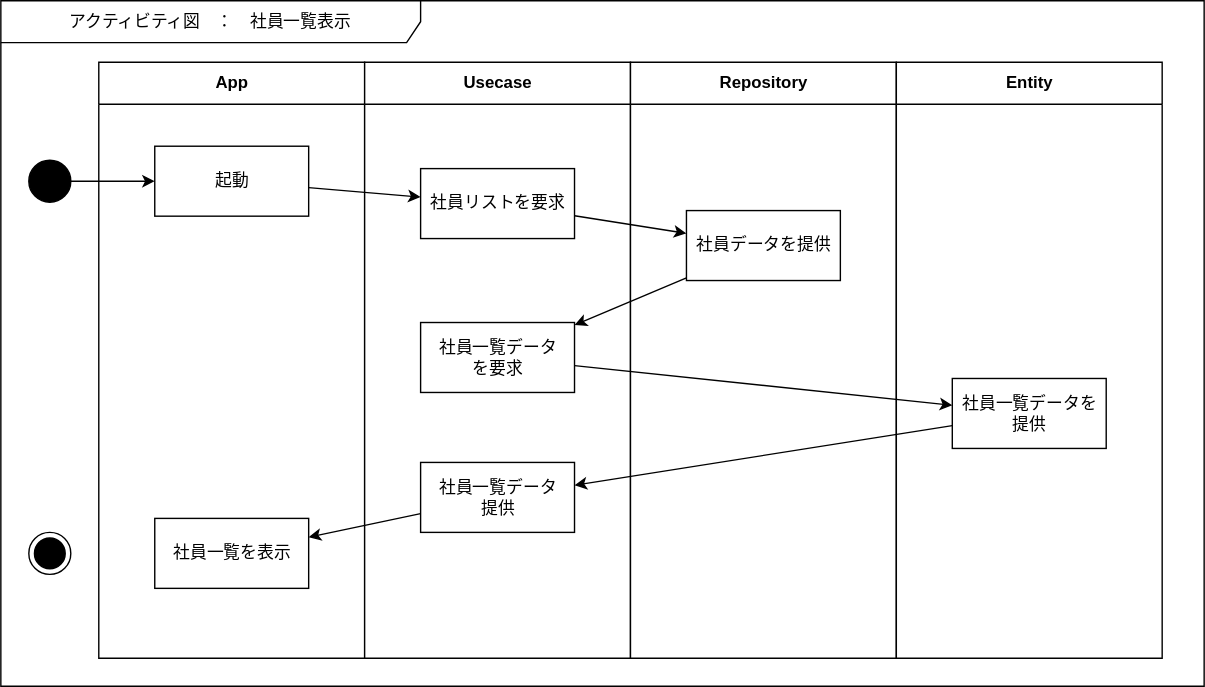
The draw.io diagram Designs/アクティビティ/社員一覧表示.svg in bosssanovar/LightMvvmSample, before a commit. Source tidied: cells renumbered, new cells last; positions are measured from the earlier drawing's top-left corner, leaving out a move shared by most shapes. The source it was exported from:
```xml
<mxGraphModel>
  <root>
    <mxCell id="0" />
    <mxCell id="1" parent="0" />
    <mxCell id="2" value="アクティビティ図　：　社員一覧表示" style="shape=umlFrame;whiteSpace=wrap;html=1;swimlaneFillColor=#FFFFFF;width=300;height=30;" parent="1" vertex="1">
      <mxGeometry width="860" height="490" as="geometry" />
    </mxCell>
    <mxCell id="3" value="App" style="swimlane;fontStyle=1;align=center;horizontal=1;startSize=30;html=1;swimlaneFillColor=#FFFFFF;" parent="1" vertex="1">
      <mxGeometry x="70" y="44" width="190" height="426" as="geometry" />
    </mxCell>
    <mxCell id="4" value="起動" style="html=1;" parent="3" vertex="1">
      <mxGeometry x="40" y="60" width="110" height="50" as="geometry" />
    </mxCell>
    <mxCell id="5" value="社員一覧を表示" style="html=1;" parent="3" vertex="1">
      <mxGeometry x="40" y="326" width="110" height="50" as="geometry" />
    </mxCell>
    <mxCell id="6" value="Usecase" style="swimlane;fontStyle=1;align=center;horizontal=1;startSize=30;html=1;swimlaneFillColor=#FFFFFF;" parent="1" vertex="1">
      <mxGeometry x="260" y="44" width="190" height="426" as="geometry" />
    </mxCell>
    <mxCell id="7" value="社員リストを要求" style="html=1;" parent="6" vertex="1">
      <mxGeometry x="40" y="76" width="110" height="50" as="geometry" />
    </mxCell>
    <mxCell id="8" value="社員一覧データ&lt;br&gt;提供" style="html=1;" parent="6" vertex="1">
      <mxGeometry x="40" y="286" width="110" height="50" as="geometry" />
    </mxCell>
    <mxCell id="9" value="社員一覧データ&lt;br&gt;を要求" style="html=1;" parent="6" vertex="1">
      <mxGeometry x="40" y="186" width="110" height="50" as="geometry" />
    </mxCell>
    <mxCell id="10" value="Repository" style="swimlane;fontStyle=1;align=center;horizontal=1;startSize=30;html=1;swimlaneFillColor=#FFFFFF;" parent="1" vertex="1">
      <mxGeometry x="450" y="44" width="190" height="426" as="geometry" />
    </mxCell>
    <mxCell id="11" value="社員データを提供" style="html=1;" parent="10" vertex="1">
      <mxGeometry x="40" y="106" width="110" height="50" as="geometry" />
    </mxCell>
    <mxCell id="12" value="Entity" style="swimlane;fontStyle=1;align=center;horizontal=1;startSize=30;html=1;swimlaneFillColor=#FFFFFF;" parent="1" vertex="1">
      <mxGeometry x="640" y="44" width="190" height="426" as="geometry" />
    </mxCell>
    <mxCell id="13" value="社員一覧データを&lt;br&gt;提供" style="html=1;" parent="12" vertex="1">
      <mxGeometry x="40" y="226" width="110" height="50" as="geometry" />
    </mxCell>
    <mxCell id="14" style="edgeStyle=none;html=1;" parent="1" edge="1" source="15" target="4">
      <mxGeometry relative="1" as="geometry" />
    </mxCell>
    <mxCell id="15" style="ellipse;fillColor=strokeColor;" parent="1" vertex="1">
      <mxGeometry x="20" y="114" width="30" height="30" as="geometry" />
    </mxCell>
    <mxCell id="16" style="ellipse;html=1;shape=endState;fillColor=strokeColor;" parent="1" vertex="1">
      <mxGeometry x="20" y="380" width="30" height="30" as="geometry" />
    </mxCell>
    <mxCell id="17" style="edgeStyle=none;html=1;" parent="1" edge="1" source="4" target="7">
      <mxGeometry relative="1" as="geometry" />
    </mxCell>
    <mxCell id="18" style="edgeStyle=none;html=1;" parent="1" edge="1" source="7" target="11">
      <mxGeometry relative="1" as="geometry" />
    </mxCell>
    <mxCell id="19" style="edgeStyle=none;html=1;" parent="1" edge="1" source="11" target="9">
      <mxGeometry relative="1" as="geometry" />
    </mxCell>
    <mxCell id="20" style="edgeStyle=none;html=1;" parent="1" edge="1" source="9" target="13">
      <mxGeometry relative="1" as="geometry" />
    </mxCell>
    <mxCell id="21" style="edgeStyle=none;html=1;" parent="1" edge="1" source="13" target="8">
      <mxGeometry relative="1" as="geometry" />
    </mxCell>
    <mxCell id="22" style="edgeStyle=none;html=1;" parent="1" edge="1" source="8" target="5">
      <mxGeometry relative="1" as="geometry" />
    </mxCell>
  </root>
</mxGraphModel>
```
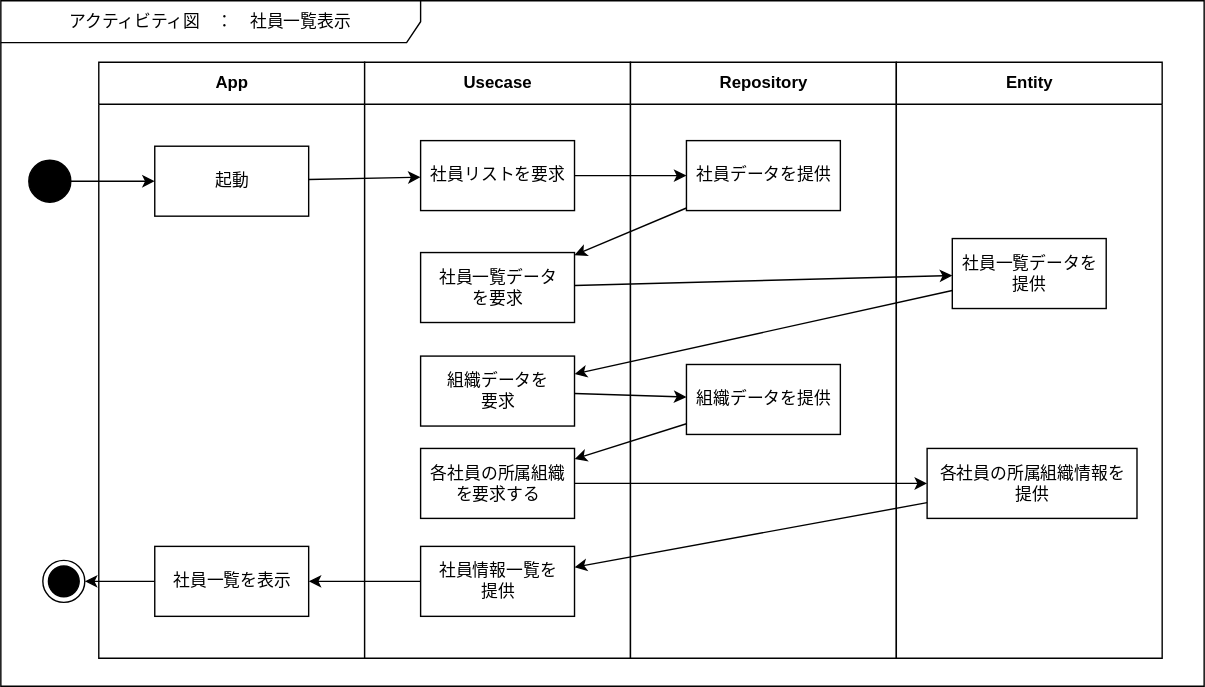
After the commit.

What changed in the source:
```diff
@@ -12,32 +12,44 @@
       <mxGeometry x="40" y="60" width="110" height="50" as="geometry" />
     </mxCell>
     <mxCell id="5" value="社員一覧を表示" style="html=1;" parent="3" vertex="1">
-      <mxGeometry x="40" y="326" width="110" height="50" as="geometry" />
+      <mxGeometry x="40" y="346" width="110" height="50" as="geometry" />
     </mxCell>
     <mxCell id="6" value="Usecase" style="swimlane;fontStyle=1;align=center;horizontal=1;startSize=30;html=1;swimlaneFillColor=#FFFFFF;" parent="1" vertex="1">
       <mxGeometry x="260" y="44" width="190" height="426" as="geometry" />
     </mxCell>
     <mxCell id="7" value="社員リストを要求" style="html=1;" parent="6" vertex="1">
-      <mxGeometry x="40" y="76" width="110" height="50" as="geometry" />
+      <mxGeometry x="40" y="56" width="110" height="50" as="geometry" />
     </mxCell>
-    <mxCell id="8" value="社員一覧データ&lt;br&gt;提供" style="html=1;" parent="6" vertex="1">
-      <mxGeometry x="40" y="286" width="110" height="50" as="geometry" />
+    <mxCell id="8" value="組織データを&lt;br&gt;要求" style="html=1;" parent="6" vertex="1">
+      <mxGeometry x="40" y="210" width="110" height="50" as="geometry" />
     </mxCell>
     <mxCell id="9" value="社員一覧データ&lt;br&gt;を要求" style="html=1;" parent="6" vertex="1">
-      <mxGeometry x="40" y="186" width="110" height="50" as="geometry" />
+      <mxGeometry x="40" y="136" width="110" height="50" as="geometry" />
     </mxCell>
+    <mxCell id="23" value="各社員の所属組織&lt;br&gt;を要求する" style="html=1;" parent="6" vertex="1">
+      <mxGeometry x="40" y="276" width="110" height="50" as="geometry" />
+    </mxCell>
+    <mxCell id="24" value="社員情報一覧を&lt;br&gt;提供" style="html=1;" parent="6" vertex="1">
+      <mxGeometry x="40" y="346" width="110" height="50" as="geometry" />
+    </mxCell>
     <mxCell id="10" value="Repository" style="swimlane;fontStyle=1;align=center;horizontal=1;startSize=30;html=1;swimlaneFillColor=#FFFFFF;" parent="1" vertex="1">
       <mxGeometry x="450" y="44" width="190" height="426" as="geometry" />
     </mxCell>
     <mxCell id="11" value="社員データを提供" style="html=1;" parent="10" vertex="1">
-      <mxGeometry x="40" y="106" width="110" height="50" as="geometry" />
+      <mxGeometry x="40" y="56" width="110" height="50" as="geometry" />
     </mxCell>
+    <mxCell id="22" value="組織データを提供" style="html=1;" parent="10" vertex="1">
+      <mxGeometry x="40" y="216" width="110" height="50" as="geometry" />
+    </mxCell>
     <mxCell id="12" value="Entity" style="swimlane;fontStyle=1;align=center;horizontal=1;startSize=30;html=1;swimlaneFillColor=#FFFFFF;" parent="1" vertex="1">
       <mxGeometry x="640" y="44" width="190" height="426" as="geometry" />
     </mxCell>
     <mxCell id="13" value="社員一覧データを&lt;br&gt;提供" style="html=1;" parent="12" vertex="1">
-      <mxGeometry x="40" y="226" width="110" height="50" as="geometry" />
+      <mxGeometry x="40" y="126" width="110" height="50" as="geometry" />
     </mxCell>
+    <mxCell id="25" value="各社員の所属組織情報を&lt;br&gt;提供" style="html=1;" parent="12" vertex="1">
+      <mxGeometry x="22" y="276" width="150" height="50" as="geometry" />
+    </mxCell>
     <mxCell id="14" style="edgeStyle=none;html=1;" parent="1" edge="1" source="15" target="4">
       <mxGeometry relative="1" as="geometry" />
     </mxCell>
@@ -45,7 +57,7 @@
       <mxGeometry x="20" y="114" width="30" height="30" as="geometry" />
     </mxCell>
     <mxCell id="16" style="ellipse;html=1;shape=endState;fillColor=strokeColor;" parent="1" vertex="1">
-      <mxGeometry x="20" y="380" width="30" height="30" as="geometry" />
+      <mxGeometry x="30" y="400" width="30" height="30" as="geometry" />
     </mxCell>
     <mxCell id="17" style="edgeStyle=none;html=1;" parent="1" edge="1" source="4" target="7">
       <mxGeometry relative="1" as="geometry" />
@@ -62,8 +74,23 @@
     <mxCell id="21" style="edgeStyle=none;html=1;" parent="1" edge="1" source="13" target="8">
       <mxGeometry relative="1" as="geometry" />
     </mxCell>
-    <mxCell id="22" style="edgeStyle=none;html=1;" parent="1" edge="1" source="8" target="5">
-      <mxGeometry relative="1" as="geometry" />
-    </mxCell>
+    <mxCell id="26" style="edgeStyle=none;html=1;" parent="1" edge="1" source="8" target="22">
+      <mxGeometry relative="1" as="geometry" />
+    </mxCell>
+    <mxCell id="27" style="edgeStyle=none;html=1;" parent="1" edge="1" source="22" target="23">
+      <mxGeometry relative="1" as="geometry" />
+    </mxCell>
+    <mxCell id="28" style="edgeStyle=none;html=1;" parent="1" edge="1" source="23" target="25">
+      <mxGeometry relative="1" as="geometry" />
+    </mxCell>
+    <mxCell id="29" style="edgeStyle=none;html=1;" parent="1" edge="1" source="25" target="24">
+      <mxGeometry relative="1" as="geometry" />
+    </mxCell>
+    <mxCell id="30" style="edgeStyle=none;html=1;" parent="1" edge="1" source="24" target="5">
+      <mxGeometry relative="1" as="geometry" />
+    </mxCell>
+    <mxCell id="31" style="edgeStyle=none;html=1;" parent="1" edge="1" source="5" target="16">
+      <mxGeometry relative="1" as="geometry" />
+    </mxCell>
   </root>
 </mxGraphModel>
```
